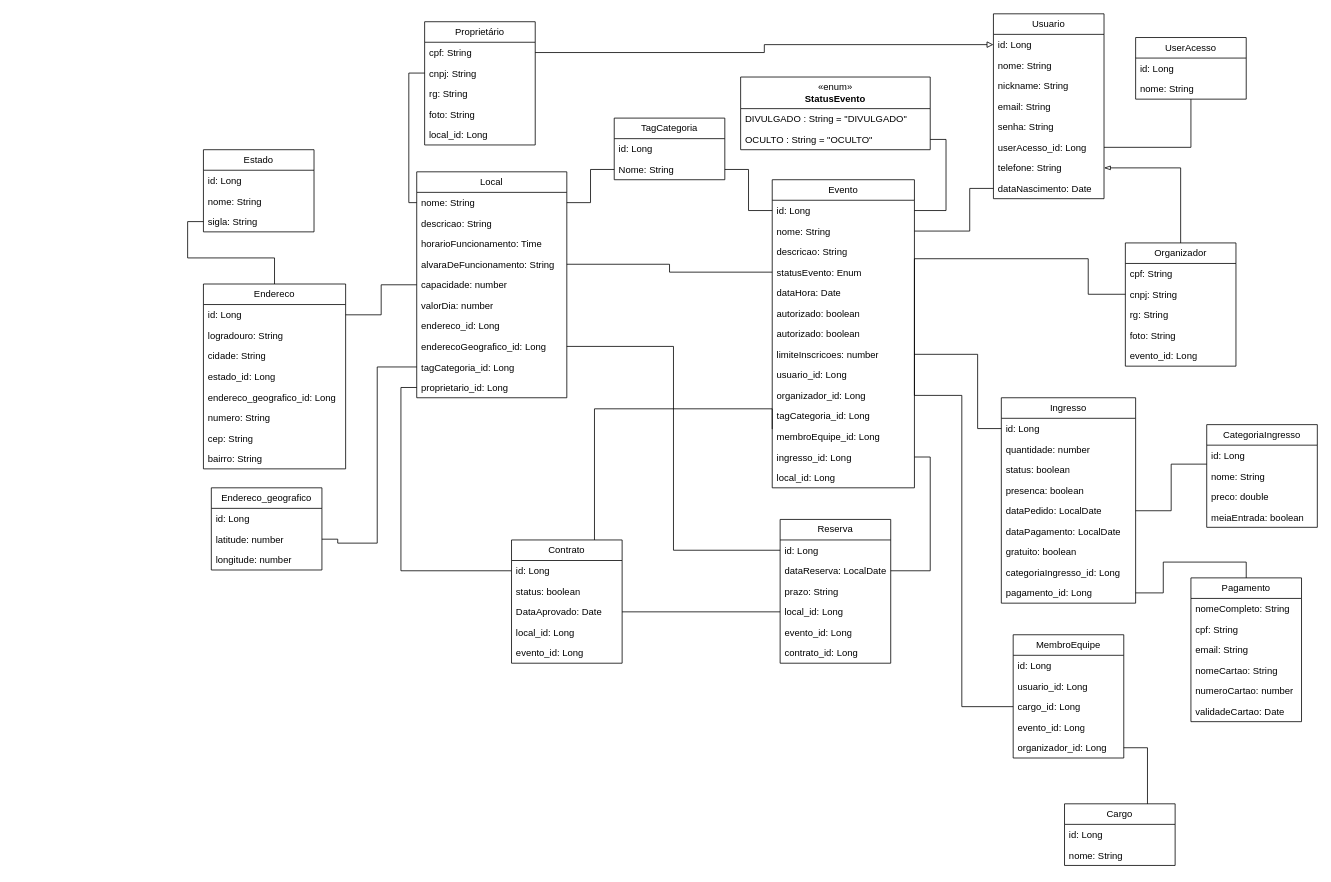
This is DiagramaDeClassesPokando.drawio from ChumeLabs-Pokando/Pokando, a draw.io file, before an edit. Source tidied: cells renumbered, new cells numbered last; positions are measured from the earlier drawing's top-left corner, leaving out a move shared by most shapes. Both pictures are drawn from the tidied source at 79%, with x=0, y=0 at pixel (203, 13).
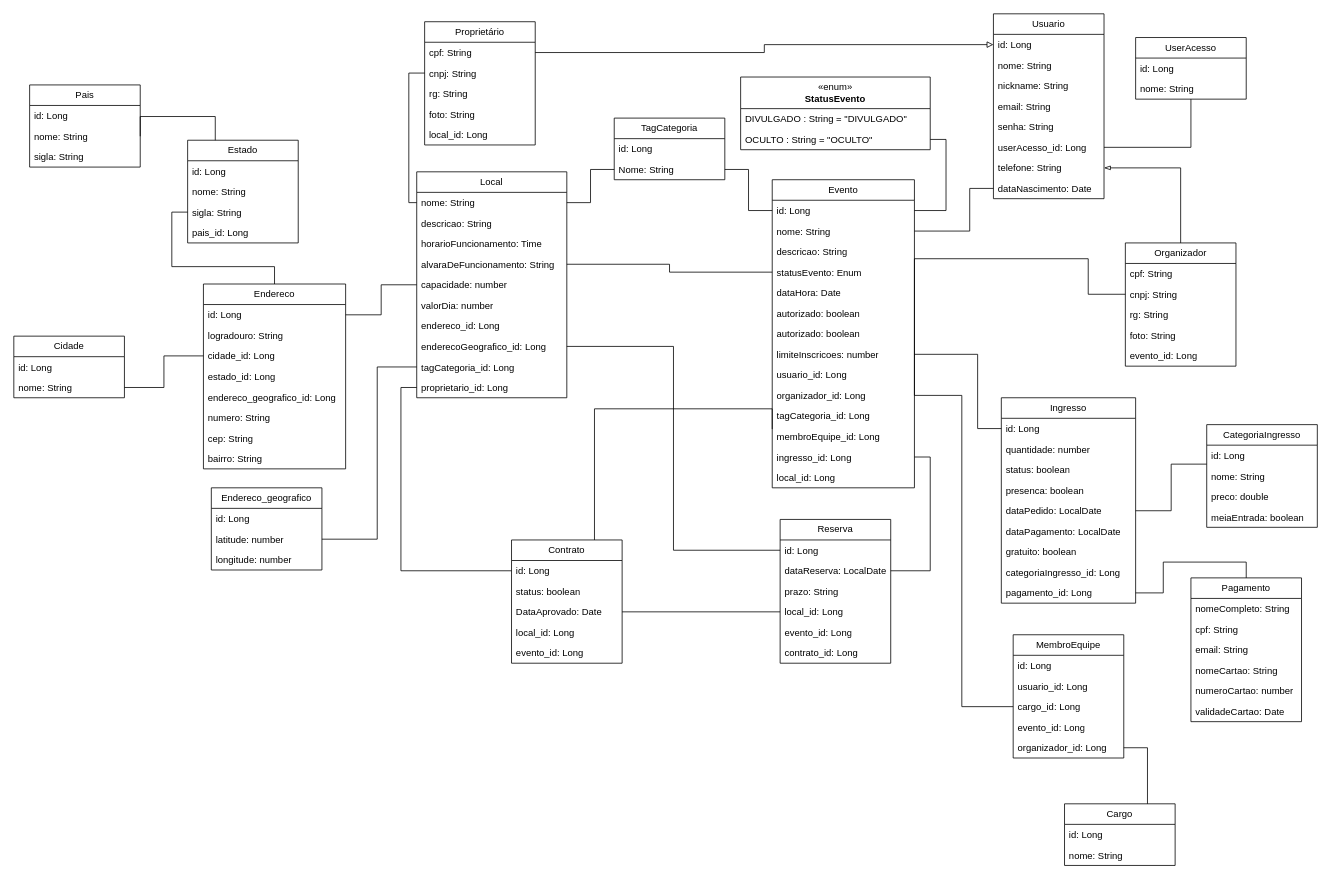
The same diagram, later.

Commit message:
atu endereco e relacionados

Unchanged cells that the change refers to:
```xml
<mxCell id="24" value="Endereco" style="swimlane;fontStyle=0;horizontal=1;startSize=26;fillColor=none;whiteSpace=wrap;html=1;" parent="1" vertex="1">
  <mxGeometry y="342" width="180" height="234" as="geometry" />
</mxCell>
<mxCell id="35" value="latitude: number" style="text;strokeColor=none;fillColor=none;align=left;verticalAlign=top;spacingLeft=4;spacingRight=4;overflow=hidden;points=[[0,0.5],[1,0.5]];portConstraint=eastwest;whiteSpace=wrap;html=1;" parent="33" vertex="1">
  <mxGeometry y="52" width="140" height="26" as="geometry" />
</mxCell>
<mxCell id="108" value="tagCategoria_id: Long&lt;div&gt;&lt;br&gt;&lt;/div&gt;" style="text;strokeColor=none;fillColor=none;align=left;verticalAlign=top;spacingLeft=4;spacingRight=4;overflow=hidden;points=[[0,0.5],[1,0.5]];portConstraint=eastwest;whiteSpace=wrap;html=1;" parent="99" vertex="1">
  <mxGeometry y="234" width="190" height="26" as="geometry" />
</mxCell>
<mxCell id="123" value="sigla: String" style="text;strokeColor=none;fillColor=none;align=left;verticalAlign=top;spacingLeft=4;spacingRight=4;overflow=hidden;points=[[0,0.5],[1,0.5]];portConstraint=eastwest;whiteSpace=wrap;html=1;" parent="120" vertex="1">
  <mxGeometry y="78" width="140" height="26" as="geometry" />
</mxCell>
```

The edit, as a diff of the source:
```diff
@@
-    <mxCell id="27" value="cidade: String" style="text;strokeColor=none;fillColor=none;align=left;verticalAlign=top;spacingLeft=4;spacingRight=4;overflow=hidden;points=[[0,0.5],[1,0.5]];portConstraint=eastwest;whiteSpace=wrap;html=1;" parent="24" vertex="1">
+    <mxCell id="27" value="cidade_id: Long" style="text;strokeColor=none;fillColor=none;align=left;verticalAlign=top;spacingLeft=4;spacingRight=4;overflow=hidden;points=[[0,0.5],[1,0.5]];portConstraint=eastwest;whiteSpace=wrap;html=1;" parent="24" vertex="1">
       <mxGeometry y="78" width="180" height="26" as="geometry" />
     </mxCell>
@@
     <mxCell id="120" value="Estado" style="swimlane;fontStyle=0;horizontal=1;startSize=26;fillColor=none;whiteSpace=wrap;html=1;" parent="1" vertex="1">
-      <mxGeometry y="172" width="140" height="104" as="geometry" />
+      <mxGeometry x="-20" y="160" width="140" height="130" as="geometry" />
     </mxCell>
@@
+    <mxCell id="142" value="pais_id: Long" style="text;strokeColor=none;fillColor=none;align=left;verticalAlign=top;spacingLeft=4;spacingRight=4;overflow=hidden;whiteSpace=wrap;html=1;" parent="120" vertex="1">
+      <mxGeometry y="104" width="140" height="26" as="geometry" />
+    </mxCell>
@@
     <mxCell id="132" style="edgeStyle=orthogonalEdgeStyle;rounded=0;jettySize=auto;html=1;exitX=0;exitY=0.5;exitDx=0;exitDy=0;entryX=0.5;entryY=0;entryDx=0;entryDy=0;endArrow=none;startFill=0;" parent="1" edge="1" source="123" target="24">
-      <mxGeometry relative="1" as="geometry" />
+      <mxGeometry relative="1" as="geometry">
+        <Array as="points">
+          <mxPoint x="-40" y="251" />
+          <mxPoint x="-40" y="320" />
+          <mxPoint x="90" y="320" />
+        </Array>
+      </mxGeometry>
     </mxCell>
     <mxCell id="133" style="edgeStyle=orthogonalEdgeStyle;rounded=0;jettySize=auto;html=1;entryX=0;entryY=0.5;entryDx=0;entryDy=0;endArrow=none;startFill=0;exitX=1;exitY=0.5;exitDx=0;exitDy=0;" parent="1" edge="1" source="35" target="108">
       <mxGeometry relative="1" as="geometry">
         <Array as="points">
-          <mxPoint x="170" y="665" />
-          <mxPoint x="170" y="670" />
-          <mxPoint x="220" y="670" />
+          <mxPoint x="220" y="665" />
           <mxPoint x="220" y="447" />
         </Array>
       </mxGeometry>
     </mxCell>
@@
+    <mxCell id="143" value="Pais" style="swimlane;fontStyle=0;horizontal=1;startSize=26;fillColor=none;whiteSpace=wrap;html=1;" parent="1" vertex="1">
+      <mxGeometry x="-220" y="90" width="140" height="104" as="geometry" />
+    </mxCell>
+    <mxCell id="144" value="id: Long" style="text;strokeColor=none;fillColor=none;align=left;verticalAlign=top;spacingLeft=4;spacingRight=4;overflow=hidden;whiteSpace=wrap;html=1;" parent="143" vertex="1">
+      <mxGeometry y="26" width="140" height="26" as="geometry" />
+    </mxCell>
+    <mxCell id="145" value="nome: String" style="text;strokeColor=none;fillColor=none;align=left;verticalAlign=top;spacingLeft=4;spacingRight=4;overflow=hidden;points=[[0,0.5],[1,0.5]];portConstraint=eastwest;whiteSpace=wrap;html=1;" parent="143" vertex="1">
+      <mxGeometry y="52" width="140" height="26" as="geometry" />
+    </mxCell>
+    <mxCell id="146" value="sigla: String" style="text;strokeColor=none;fillColor=none;align=left;verticalAlign=top;spacingLeft=4;spacingRight=4;overflow=hidden;whiteSpace=wrap;html=1;" parent="143" vertex="1">
+      <mxGeometry y="78" width="140" height="26" as="geometry" />
+    </mxCell>
+    <mxCell id="147" style="edgeStyle=orthogonalEdgeStyle;rounded=0;jettySize=auto;html=1;exitX=1;exitY=0.5;exitDx=0;exitDy=0;entryX=0.25;entryY=0;entryDx=0;entryDy=0;endArrow=none;startFill=0;" parent="1" edge="1" source="145" target="120">
+      <mxGeometry relative="1" as="geometry">
+        <Array as="points">
+          <mxPoint x="-80" y="130" />
+          <mxPoint x="15" y="130" />
+        </Array>
+      </mxGeometry>
+    </mxCell>
+    <mxCell id="148" value="Cidade" style="swimlane;fontStyle=0;horizontal=1;startSize=26;fillColor=none;whiteSpace=wrap;html=1;" parent="1" vertex="1">
+      <mxGeometry x="-240" y="408" width="140" height="78" as="geometry" />
+    </mxCell>
+    <mxCell id="149" value="id: Long" style="text;strokeColor=none;fillColor=none;align=left;verticalAlign=top;spacingLeft=4;spacingRight=4;overflow=hidden;whiteSpace=wrap;html=1;" parent="148" vertex="1">
+      <mxGeometry y="26" width="140" height="26" as="geometry" />
+    </mxCell>
+    <mxCell id="150" value="nome: String" style="text;strokeColor=none;fillColor=none;align=left;verticalAlign=top;spacingLeft=4;spacingRight=4;overflow=hidden;points=[[0,0.5],[1,0.5]];portConstraint=eastwest;whiteSpace=wrap;html=1;" parent="148" vertex="1">
+      <mxGeometry y="52" width="140" height="26" as="geometry" />
+    </mxCell>
+    <mxCell id="151" style="edgeStyle=orthogonalEdgeStyle;rounded=0;jettySize=auto;html=1;exitX=1;exitY=0.5;exitDx=0;exitDy=0;entryX=0;entryY=0.5;entryDx=0;entryDy=0;endArrow=none;startFill=0;" parent="1" edge="1" source="150" target="27">
+      <mxGeometry relative="1" as="geometry" />
+    </mxCell>
```
